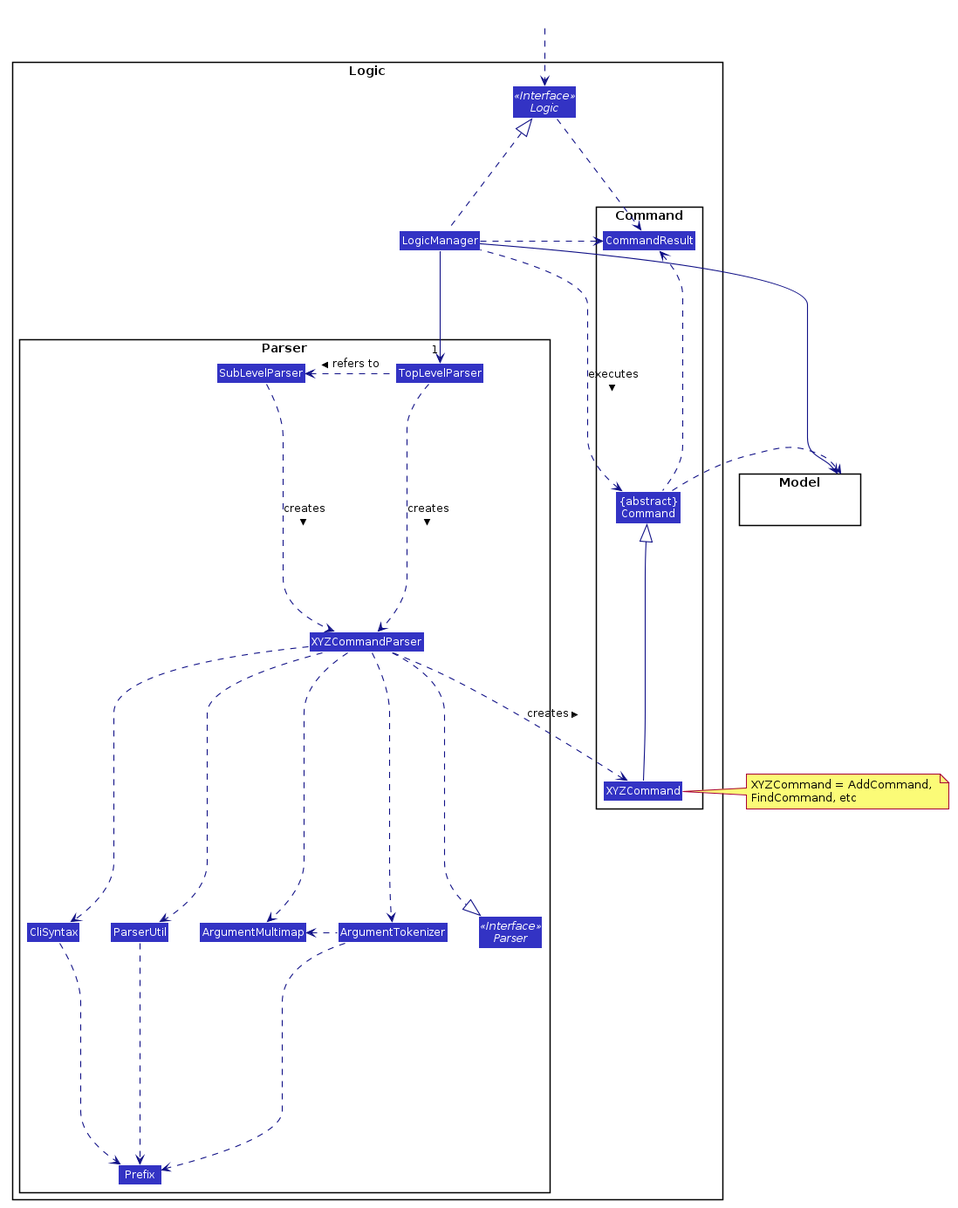
Earlier version of the PlantUML export images/LogicClassDiagram.png (AY1920S2-CS2103T-T10-3/main).
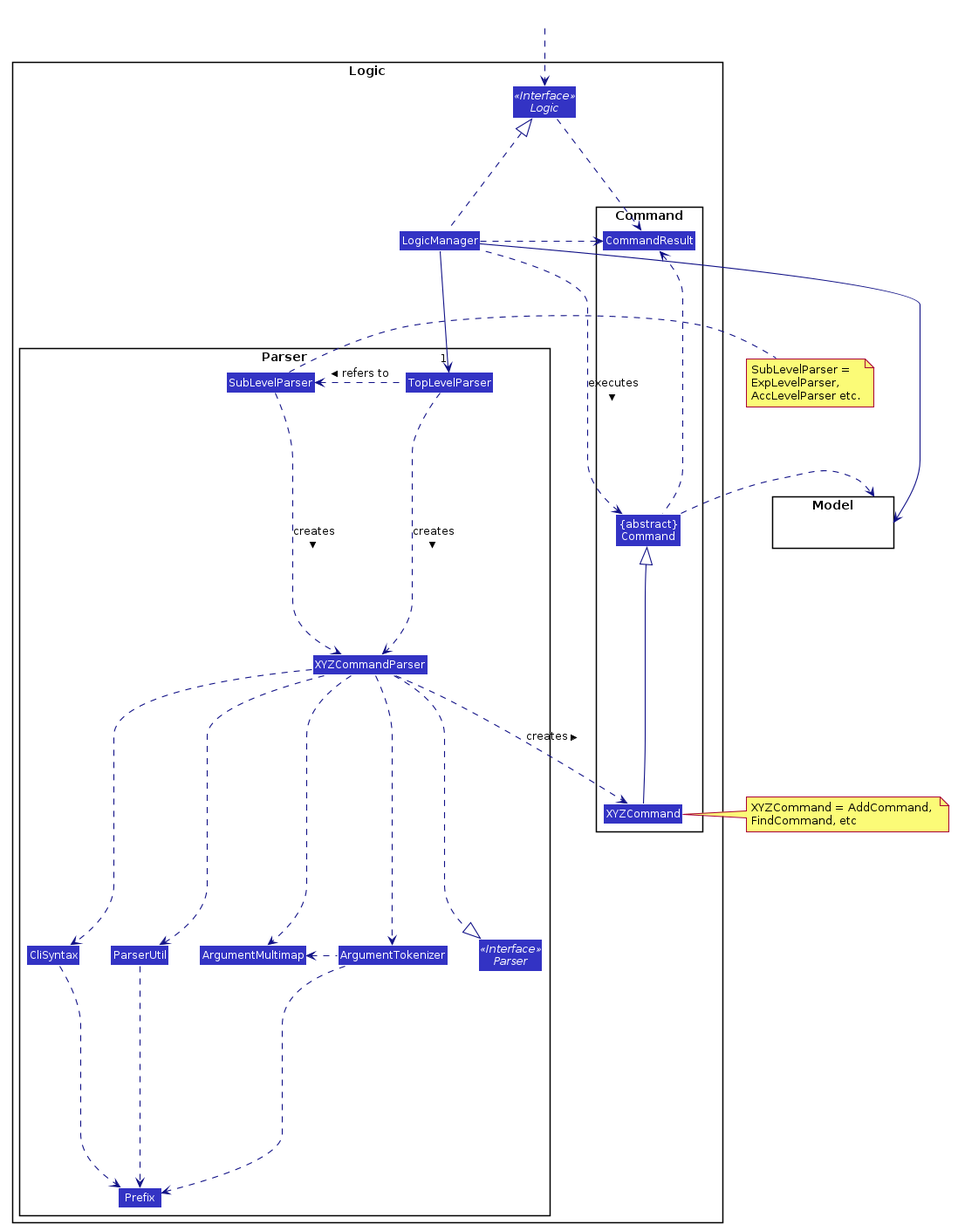
The same diagram one commit later.

Change to the diagram source:
```diff
@@ -87,6 +87,8 @@
 TopLevelParser .down.> XYZCommandParser: creates >
 TopLevelParser .left.> SubLevelParser : refers to >
 SubLevelParser ..> XYZCommandParser : creates >
+note right of SubLevelParser: SubLevelParser = \nExpLevelParser,\nAccLevelParser etc.
+
 
 XYZCommandParser ..> XYZCommand : creates >
 XYZCommandParser ..|> Parser
@@ -105,6 +107,7 @@
 Command .right.> Model
 note right of XYZCommand: XYZCommand = AddCommand, \nFindCommand, etc
 
+
 Logic ..> CommandResult
 LogicManager .down.> CommandResult
 Command .up.> CommandResult
```
